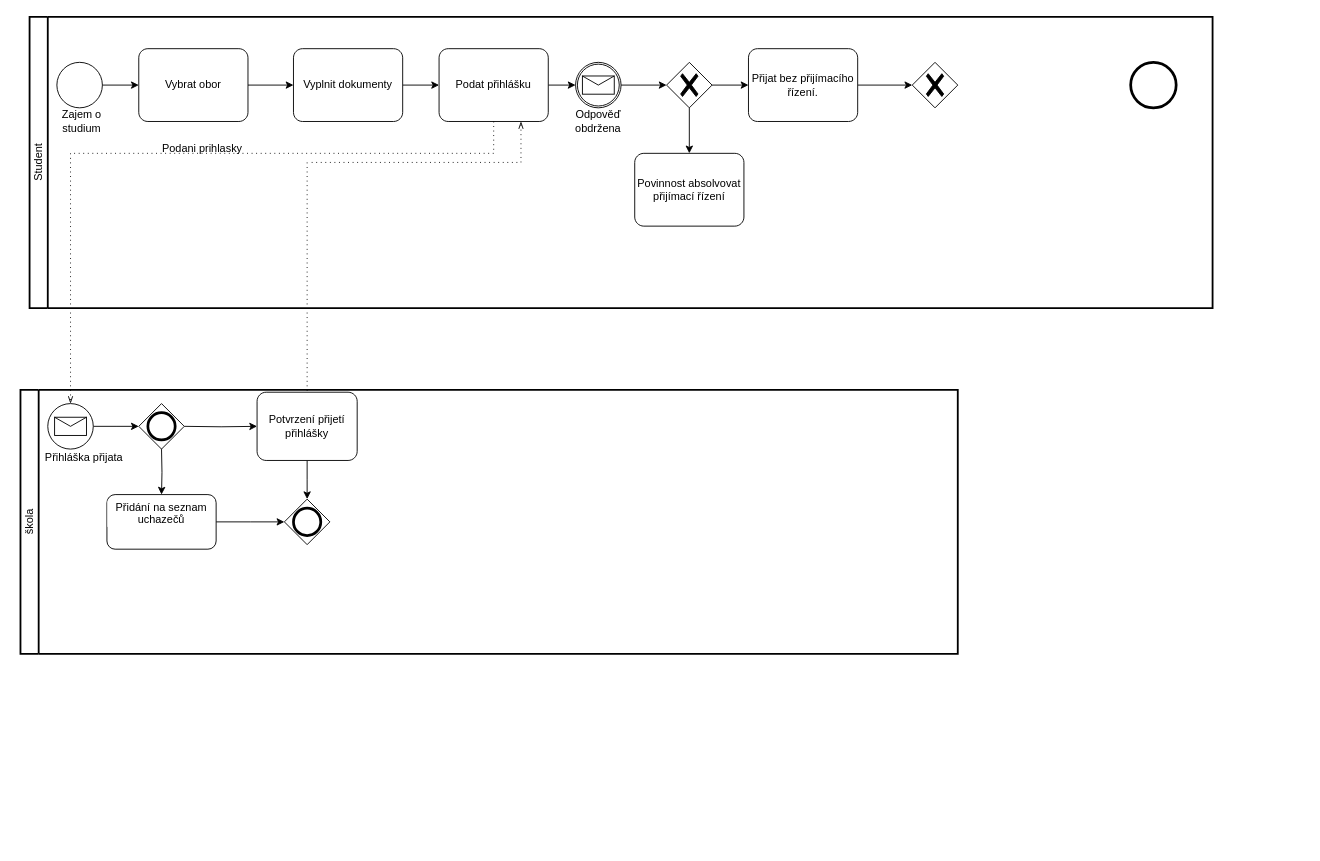
This is Process/Process.drawio from KristyFromEarth/UML, a draw.io file, before an edit. Source tidied: cells renumbered, new cells numbered last; positions are measured from the earlier drawing's top-left corner, leaving out a move shared by most shapes. Both pictures are drawn from the tidied source at 91%, with x=0, y=0 at pixel (2, 16).
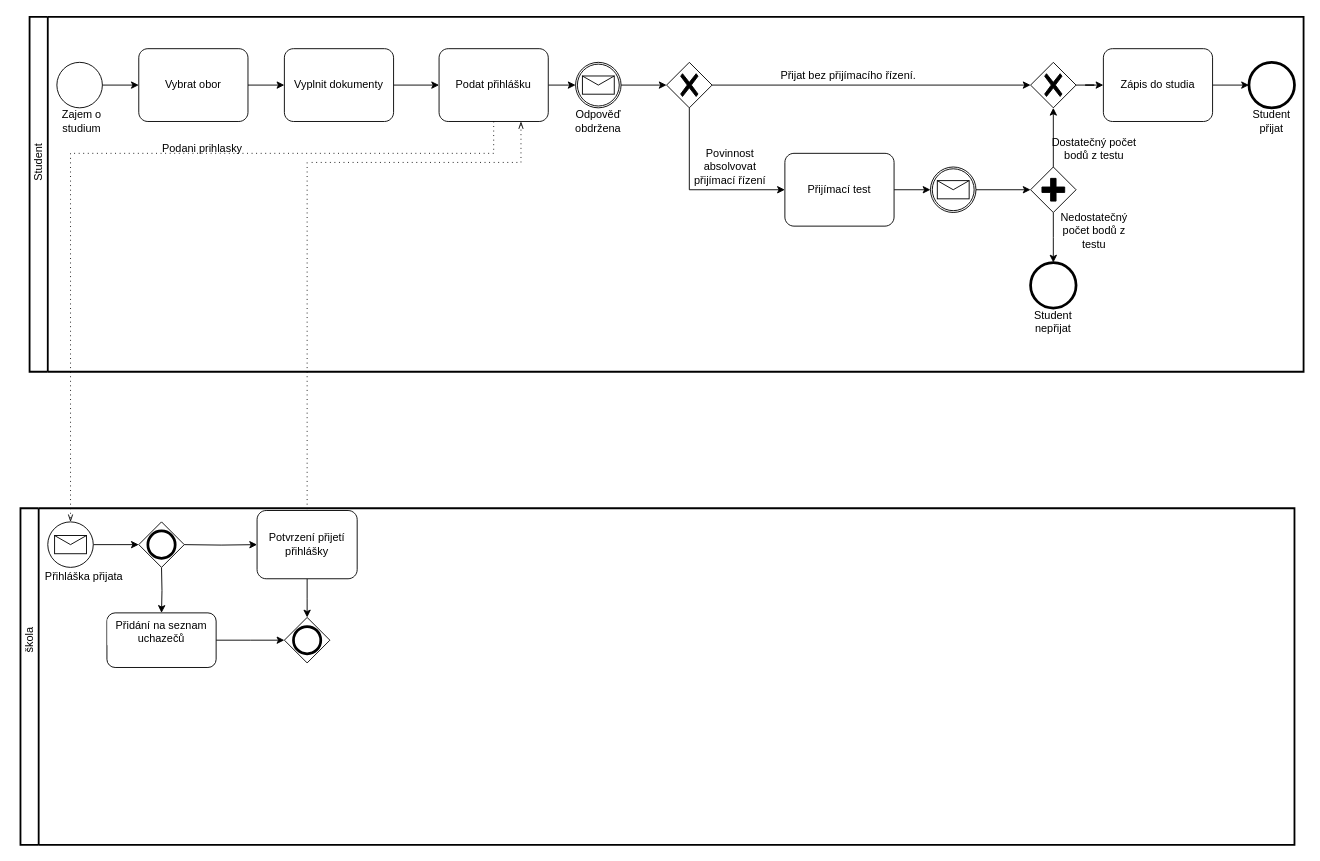
The same page after the edit.

Commit message:
Prvni verze studenta Process.drawio

Unchanged cells that the change refers to:
```xml
<mxCell id="21" style="points=[[0.25,0.25,0],[0.5,0,0],[0.75,0.25,0],[1,0.5,0],[0.75,0.75,0],[0.5,1,0],[0.25,0.75,0],[0,0.5,0]];shape=mxgraph.bpmn.gateway2;html=1;verticalLabelPosition=bottom;labelBackgroundColor=#ffffff;verticalAlign=top;align=center;perimeter=rhombusPerimeter;outlineConnect=0;outline=none;symbol=none;gwType=exclusive;" parent="2" vertex="1">
  <mxGeometry x="700" y="50" width="50" height="50" as="geometry" />
</mxCell>
```

Change to the diagram source:
```diff
@@
     <mxCell id="2" style="swimlane;html=1;startSize=20;fontStyle=0;horizontal=0;swimlaneLine=1;swimlaneFillColor=#ffffff;strokeWidth=2;whiteSpace=wrap;" parent="1" vertex="1">
-      <mxGeometry x="30" width="1300" height="320" as="geometry" />
+      <mxGeometry x="30" width="1400" height="390" as="geometry" />
     </mxCell>
@@
     <mxCell id="6" style="points=[[0.145,0.145,0],[0.5,0,0],[0.855,0.145,0],[1,0.5,0],[0.855,0.855,0],[0.5,1,0],[0.145,0.855,0],[0,0.5,0]];shape=mxgraph.bpmn.event;html=1;verticalLabelPosition=bottom;labelBackgroundColor=#ffffff;verticalAlign=top;align=center;perimeter=ellipsePerimeter;outlineConnect=0;outline=end;symbol=terminate2;" parent="2" vertex="1">
-      <mxGeometry x="1210" y="50" width="50" height="50" as="geometry" />
+      <mxGeometry x="1340" y="50" width="50" height="50" as="geometry" />
     </mxCell>
@@
     <mxCell id="10" value="Vyplnit dokumenty" style="points=[[0.25,0,0],[0.5,0,0],[0.75,0,0],[1,0.25,0],[1,0.5,0],[1,0.75,0],[0.75,1,0],[0.5,1,0],[0.25,1,0],[0,0.75,0],[0,0.5,0],[0,0.25,0]];shape=mxgraph.bpmn.task;whiteSpace=wrap;rectStyle=rounded;size=10;html=1;taskMarker=abstract;" parent="2" vertex="1">
-      <mxGeometry x="290" y="35" width="120" height="80" as="geometry" />
+      <mxGeometry x="280" y="35" width="120" height="80" as="geometry" />
     </mxCell>
@@
-    <mxCell id="19" style="edgeStyle=orthogonalEdgeStyle;rounded=0;jettySize=auto;html=1;entryX=0;entryY=0.5;entryDx=0;entryDy=0;entryPerimeter=0;" parent="2" edge="1" source="21" target="23">
+    <mxCell id="19" style="edgeStyle=orthogonalEdgeStyle;rounded=0;jettySize=auto;html=1;entryX=0;entryY=0.5;entryDx=0;entryDy=0;entryPerimeter=0;" parent="2" edge="1" source="21" target="24">
       <mxGeometry relative="1" as="geometry" />
     </mxCell>
-    <mxCell id="20" style="edgeStyle=orthogonalEdgeStyle;rounded=0;jettySize=auto;html=1;entryX=0.5;entryY=0;entryDx=0;entryDy=0;entryPerimeter=0;" parent="2" edge="1" source="21" target="25">
-      <mxGeometry relative="1" as="geometry" />
-    </mxCell>
+    <mxCell id="42" style="edgeStyle=orthogonalEdgeStyle;rounded=0;jettySize=auto;html=1;entryX=0;entryY=0.5;entryDx=0;entryDy=0;entryPerimeter=0;" parent="2" edge="1" source="21" target="45">
+      <mxGeometry relative="1" as="geometry">
+        <Array as="points">
+          <mxPoint x="725" y="190" />
+        </Array>
+      </mxGeometry>
+    </mxCell>
@@
-    <mxCell id="22" style="edgeStyle=orthogonalEdgeStyle;rounded=0;jettySize=auto;html=1;entryX=0;entryY=0.5;entryDx=0;entryDy=0;entryPerimeter=0;" parent="2" edge="1" source="23" target="24">
-      <mxGeometry relative="1" as="geometry" />
-    </mxCell>
+    <mxCell id="43" style="edgeStyle=orthogonalEdgeStyle;rounded=0;jettySize=auto;html=1;entryX=0;entryY=0.5;entryDx=0;entryDy=0;entryPerimeter=0;" parent="2" edge="1" source="24" target="55">
+      <mxGeometry relative="1" as="geometry" />
+    </mxCell>
+    <mxCell id="24" style="points=[[0.25,0.25,0],[0.5,0,0],[0.75,0.25,0],[1,0.5,0],[0.75,0.75,0],[0.5,1,0],[0.25,0.75,0],[0,0.5,0]];shape=mxgraph.bpmn.gateway2;html=1;verticalLabelPosition=bottom;labelBackgroundColor=#ffffff;verticalAlign=top;align=center;perimeter=rhombusPerimeter;outlineConnect=0;outline=none;symbol=none;gwType=exclusive;" parent="2" vertex="1">
+      <mxGeometry x="1100" y="50" width="50" height="50" as="geometry" />
+    </mxCell>
+    <mxCell id="44" style="edgeStyle=orthogonalEdgeStyle;rounded=0;jettySize=auto;html=1;entryX=0;entryY=0.5;entryDx=0;entryDy=0;entryPerimeter=0;" parent="2" edge="1" source="45" target="47">
+      <mxGeometry relative="1" as="geometry" />
+    </mxCell>
+    <mxCell id="45" value="Přijímací test" style="points=[[0.25,0,0],[0.5,0,0],[0.75,0,0],[1,0.25,0],[1,0.5,0],[1,0.75,0],[0.75,1,0],[0.5,1,0],[0.25,1,0],[0,0.75,0],[0,0.5,0],[0,0.25,0]];shape=mxgraph.bpmn.task;whiteSpace=wrap;rectStyle=rounded;size=10;html=1;taskMarker=abstract;" parent="2" vertex="1">
+      <mxGeometry x="830" y="150" width="120" height="80" as="geometry" />
+    </mxCell>
+    <mxCell id="46" style="edgeStyle=orthogonalEdgeStyle;rounded=0;jettySize=auto;html=1;entryX=0;entryY=0.5;entryDx=0;entryDy=0;entryPerimeter=0;" parent="2" edge="1" source="47" target="50">
+      <mxGeometry relative="1" as="geometry" />
+    </mxCell>
+    <mxCell id="47" style="points=[[0.145,0.145,0],[0.5,0,0],[0.855,0.145,0],[1,0.5,0],[0.855,0.855,0],[0.5,1,0],[0.145,0.855,0],[0,0.5,0]];shape=mxgraph.bpmn.event;html=1;verticalLabelPosition=bottom;labelBackgroundColor=#ffffff;verticalAlign=top;align=center;perimeter=ellipsePerimeter;outlineConnect=0;outline=catching;symbol=message;" parent="2" vertex="1">
+      <mxGeometry x="990" y="165" width="50" height="50" as="geometry" />
+    </mxCell>
+    <mxCell id="48" style="edgeStyle=orthogonalEdgeStyle;rounded=0;jettySize=auto;html=1;entryX=0.5;entryY=0;entryDx=0;entryDy=0;entryPerimeter=0;" parent="2" edge="1" source="50">
+      <mxGeometry relative="1" as="geometry">
+        <mxPoint x="1125" y="270" as="targetPoint" />
+      </mxGeometry>
+    </mxCell>
+    <mxCell id="49" style="edgeStyle=orthogonalEdgeStyle;rounded=0;jettySize=auto;html=1;entryX=0.5;entryY=1;entryDx=0;entryDy=0;entryPerimeter=0;" parent="2" edge="1" source="50" target="24">
+      <mxGeometry relative="1" as="geometry" />
+    </mxCell>
+    <mxCell id="50" style="points=[[0.25,0.25,0],[0.5,0,0],[0.75,0.25,0],[1,0.5,0],[0.75,0.75,0],[0.5,1,0],[0.25,0.75,0],[0,0.5,0]];shape=mxgraph.bpmn.gateway2;html=1;verticalLabelPosition=bottom;labelBackgroundColor=#ffffff;verticalAlign=top;align=center;perimeter=rhombusPerimeter;outlineConnect=0;outline=none;symbol=none;gwType=parallel;" parent="2" vertex="1">
+      <mxGeometry x="1100" y="165" width="50" height="50" as="geometry" />
+    </mxCell>
+    <mxCell id="51" style="shape=mxgraph.bpmn.event;html=1;verticalLabelPosition=bottom;labelBackgroundColor=#ffffff;verticalAlign=top;align=center;perimeter=ellipsePerimeter;outline=end;symbol=terminate2;" parent="2" vertex="1">
+      <mxGeometry x="1100" y="270" width="50" height="50" as="geometry" />
+    </mxCell>
+    <mxCell id="52" value="Student nepřijat" style="text;html=1;strokeColor=none;fillColor=none;align=center;verticalAlign=middle;whiteSpace=wrap;rounded=0;" parent="2" vertex="1">
+      <mxGeometry x="1095" y="320" width="60" height="30" as="geometry" />
+    </mxCell>
+    <mxCell id="53" value="Student přijat" style="text;html=1;strokeColor=none;fillColor=none;align=center;verticalAlign=middle;whiteSpace=wrap;rounded=0;" parent="2" vertex="1">
+      <mxGeometry x="1335" y="100" width="60" height="30" as="geometry" />
+    </mxCell>
+    <mxCell id="25" value="Povinnost absolvovat přijímací řízení" style="text;html=1;strokeColor=none;fillColor=none;align=center;verticalAlign=middle;whiteSpace=wrap;rounded=0;" parent="2" vertex="1">
+      <mxGeometry x="720" y="150" width="100" height="30" as="geometry" />
+    </mxCell>
+    <mxCell id="54" style="edgeStyle=orthogonalEdgeStyle;rounded=0;jettySize=auto;html=1;entryX=0;entryY=0.5;entryDx=0;entryDy=0;entryPerimeter=0;" parent="2" edge="1" source="55" target="6">
+      <mxGeometry relative="1" as="geometry" />
+    </mxCell>
+    <mxCell id="55" value="Zápis do studia" style="points=[[0.25,0,0],[0.5,0,0],[0.75,0,0],[1,0.25,0],[1,0.5,0],[1,0.75,0],[0.75,1,0],[0.5,1,0],[0.25,1,0],[0,0.75,0],[0,0.5,0],[0,0.25,0]];shape=mxgraph.bpmn.task;whiteSpace=wrap;rectStyle=rounded;size=10;html=1;taskMarker=abstract;" parent="2" vertex="1">
+      <mxGeometry x="1180" y="35" width="120" height="80" as="geometry" />
+    </mxCell>
-    <mxCell id="23" value="Přijat bez přijímacího řízení." style="points=[[0.25,0,0],[0.5,0,0],[0.75,0,0],[1,0.25,0],[1,0.5,0],[1,0.75,0],[0.75,1,0],[0.5,1,0],[0.25,1,0],[0,0.75,0],[0,0.5,0],[0,0.25,0]];shape=mxgraph.bpmn.task;whiteSpace=wrap;rectStyle=rounded;size=10;html=1;taskMarker=abstract;" parent="2" vertex="1">
-      <mxGeometry x="790" y="35" width="120" height="80" as="geometry" />
+    <mxCell id="23" value="Přijat bez přijímacího řízení." style="text;html=1;strokeColor=none;fillColor=none;align=center;verticalAlign=middle;whiteSpace=wrap;rounded=0;" parent="2" vertex="1">
+      <mxGeometry x="820" y="50" width="160" height="30" as="geometry" />
     </mxCell>
-    <mxCell id="24" style="points=[[0.25,0.25,0],[0.5,0,0],[0.75,0.25,0],[1,0.5,0],[0.75,0.75,0],[0.5,1,0],[0.25,0.75,0],[0,0.5,0]];shape=mxgraph.bpmn.gateway2;html=1;verticalLabelPosition=bottom;labelBackgroundColor=#ffffff;verticalAlign=top;align=center;perimeter=rhombusPerimeter;outlineConnect=0;outline=none;symbol=none;gwType=exclusive;" parent="2" vertex="1">
-      <mxGeometry x="970" y="50" width="50" height="50" as="geometry" />
-    </mxCell>
-    <mxCell id="25" value="Povinnost absolvovat přijímací řízení" style="points=[[0.25,0,0],[0.5,0,0],[0.75,0,0],[1,0.25,0],[1,0.5,0],[1,0.75,0],[0.75,1,0],[0.5,1,0],[0.25,1,0],[0,0.75,0],[0,0.5,0],[0,0.25,0]];shape=mxgraph.bpmn.task;whiteSpace=wrap;rectStyle=rounded;size=10;html=1;taskMarker=abstract;" parent="2" vertex="1">
-      <mxGeometry x="665" y="150" width="120" height="80" as="geometry" />
-    </mxCell>
+    <mxCell id="56" value="Nedostatečný počet bodů z testu" style="text;html=1;strokeColor=none;fillColor=none;align=center;verticalAlign=middle;whiteSpace=wrap;rounded=0;" parent="2" vertex="1">
+      <mxGeometry x="1120" y="220" width="100" height="30" as="geometry" />
+    </mxCell>
+    <mxCell id="57" value="Dostatečný počet bodů z testu" style="text;html=1;strokeColor=none;fillColor=none;align=center;verticalAlign=middle;whiteSpace=wrap;rounded=0;" parent="2" vertex="1">
+      <mxGeometry x="1120" y="130" width="100" height="30" as="geometry" />
+    </mxCell>
     <mxCell id="26" style="swimlane;html=1;startSize=20;fontStyle=0;horizontal=0;swimlaneLine=1;swimlaneFillColor=#ffffff;strokeWidth=2;whiteSpace=wrap;" parent="1" vertex="1">
-      <mxGeometry x="20" y="410" width="1030" height="290" as="geometry" />
+      <mxGeometry x="20" y="540" width="1400" height="370" as="geometry" />
     </mxCell>
```
